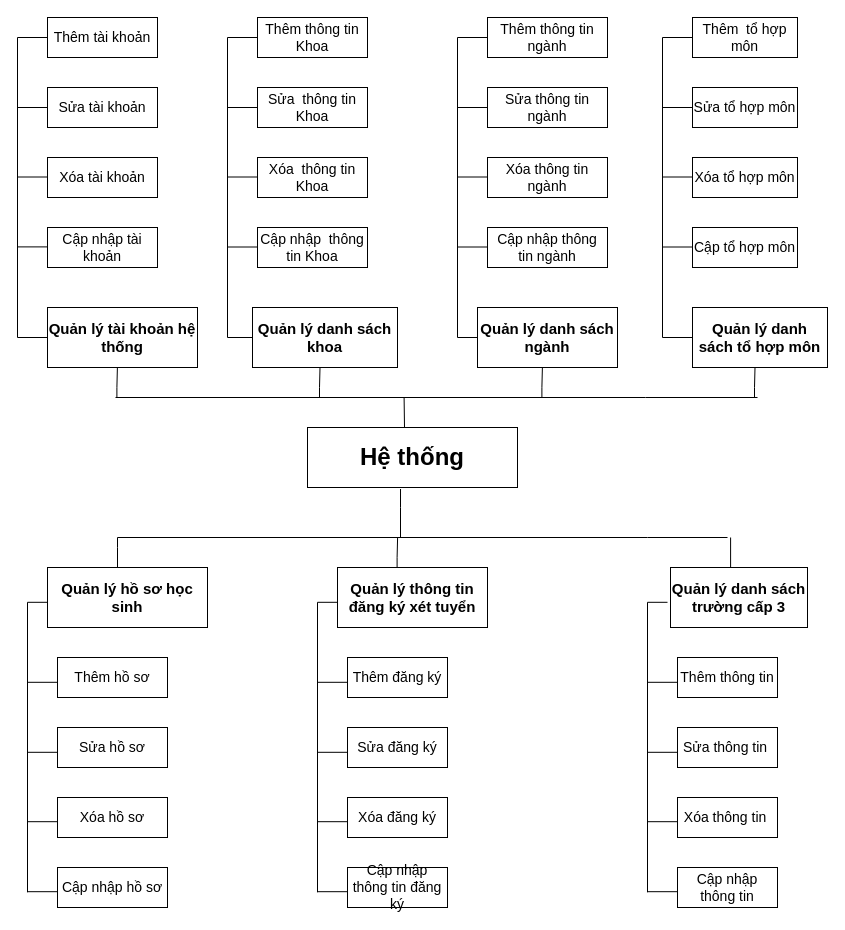
This is page "Biểu đồ phân cấp chức năng" (3 of 4) of 1. Bao Cao/DATN.drawio from truongquangkhai99/TrinhVanTu_DATN, a draw.io file, before an edit. Source tidied: cells renumbered, new cells numbered last; positions are measured from the earlier drawing's top-left corner, leaving out a move shared by most shapes. Both pictures are drawn from the tidied source at 100%, with x=0, y=0 at pixel (17, 17).
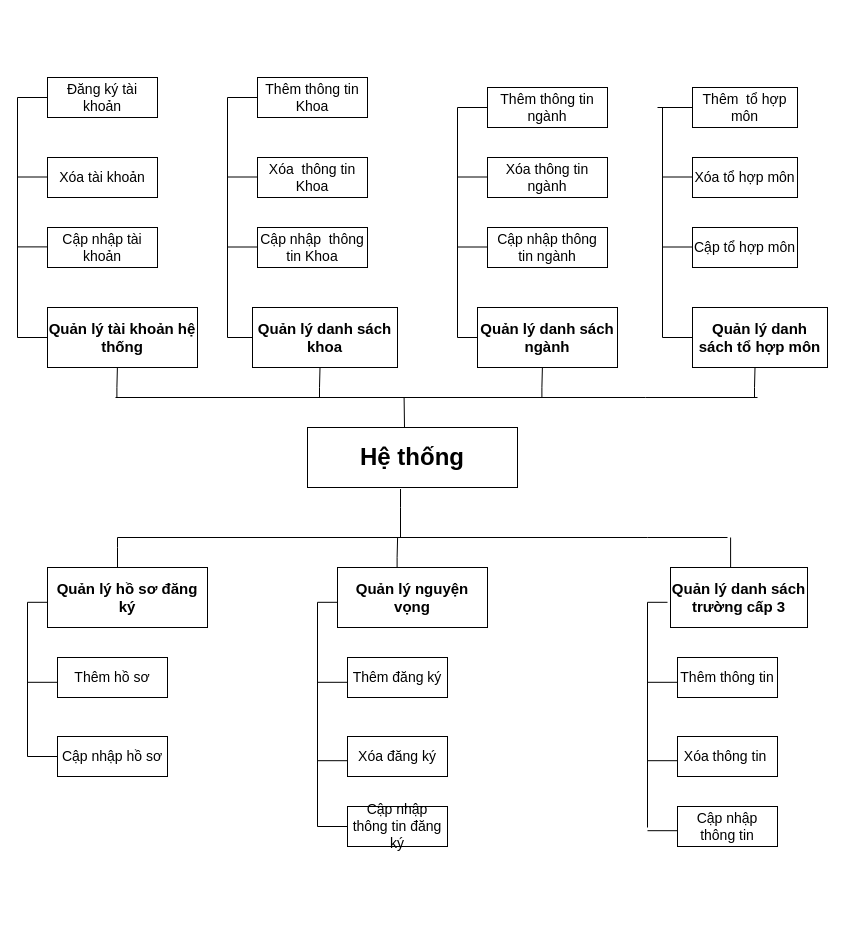
The same diagram, later.

Unchanged cells that the change refers to:
```xml
<mxCell id="3" value="Quản lý tài khoản hệ thống" style="rounded=0;whiteSpace=wrap;html=1;fontSize=15;align=center;fontStyle=1;verticalAlign=middle;strokeColor=default;strokeWidth=1;" parent="1" vertex="1">
  <mxGeometry x="30" y="290" width="150" height="60" as="geometry" />
</mxCell>
<mxCell id="4" value="Quản lý danh sách khoa" style="rounded=0;whiteSpace=wrap;html=1;fontSize=15;align=center;fontStyle=1;verticalAlign=middle;strokeColor=default;strokeWidth=1;" parent="1" vertex="1">
  <mxGeometry x="235" y="290" width="145" height="60" as="geometry" />
</mxCell>
<mxCell id="5" value="Quản lý danh sách ngành" style="rounded=0;whiteSpace=wrap;html=1;fontSize=15;align=center;fontStyle=1;verticalAlign=middle;strokeColor=default;strokeWidth=1;" parent="1" vertex="1">
  <mxGeometry x="460" y="290" width="140" height="60" as="geometry" />
</mxCell>
<mxCell id="70" value="Quản lý danh sách tổ hợp môn" style="rounded=0;whiteSpace=wrap;html=1;fontSize=15;align=center;fontStyle=1;verticalAlign=middle;strokeColor=default;strokeWidth=1;" parent="1" vertex="1">
  <mxGeometry x="675" y="290" width="135" height="60" as="geometry" />
</mxCell>
```

The edit, as a diff of the source:
```diff
@@
-    <mxCell id="6" value="Quản lý hồ sơ học sinh" style="rounded=0;whiteSpace=wrap;html=1;fontSize=15;align=center;fontStyle=1;verticalAlign=middle;strokeColor=default;strokeWidth=1;" parent="1" vertex="1">
+    <mxCell id="6" value="Quản lý hồ sơ đăng ký" style="rounded=0;whiteSpace=wrap;html=1;fontSize=15;align=center;fontStyle=1;verticalAlign=middle;strokeColor=default;strokeWidth=1;" parent="1" vertex="1">
       <mxGeometry x="30" y="550" width="160" height="60" as="geometry" />
     </mxCell>
@@
-    <mxCell id="8" value="Quản lý thông tin đăng ký xét tuyển" style="rounded=0;whiteSpace=wrap;html=1;fontSize=15;align=center;fontStyle=1;verticalAlign=middle;strokeColor=default;strokeWidth=1;" parent="1" vertex="1">
+    <mxCell id="8" value="Quản lý nguyện vọng" style="rounded=0;whiteSpace=wrap;html=1;fontSize=15;align=center;fontStyle=1;verticalAlign=middle;strokeColor=default;strokeWidth=1;" parent="1" vertex="1">
       <mxGeometry x="320" y="550" width="150" height="60" as="geometry" />
     </mxCell>
@@
-    <mxCell id="16" value="Thêm tài khoản" style="rounded=0;whiteSpace=wrap;html=1;fontSize=14;align=center;fontStyle=0;verticalAlign=middle;strokeColor=default;strokeWidth=1;" parent="1" vertex="1">
-      <mxGeometry x="30" width="110" height="40" as="geometry" />
+    <mxCell id="16" value="Đăng ký tài khoản" style="rounded=0;whiteSpace=wrap;html=1;fontSize=14;align=center;fontStyle=0;verticalAlign=middle;strokeColor=default;strokeWidth=1;" parent="1" vertex="1">
+      <mxGeometry x="30" y="60" width="110" height="40" as="geometry" />
     </mxCell>
-    <mxCell id="17" value="Sửa tài khoản" style="rounded=0;whiteSpace=wrap;html=1;fontSize=14;align=center;fontStyle=0;verticalAlign=middle;strokeColor=default;strokeWidth=1;" parent="1" vertex="1">
-      <mxGeometry x="30" y="70" width="110" height="40" as="geometry" />
-    </mxCell>
@@
     <mxCell id="20" value="Thêm thông tin Khoa" style="rounded=0;whiteSpace=wrap;html=1;fontSize=14;align=center;fontStyle=0;verticalAlign=middle;strokeColor=default;strokeWidth=1;" parent="1" vertex="1">
-      <mxGeometry x="240" width="110" height="40" as="geometry" />
+      <mxGeometry x="240" y="60" width="110" height="40" as="geometry" />
     </mxCell>
-    <mxCell id="21" value="Sửa&amp;nbsp;&amp;nbsp;thông tin Khoa" style="rounded=0;whiteSpace=wrap;html=1;fontSize=14;align=center;fontStyle=0;verticalAlign=middle;strokeColor=default;strokeWidth=1;" parent="1" vertex="1">
-      <mxGeometry x="240" y="70" width="110" height="40" as="geometry" />
-    </mxCell>
@@
     <mxCell id="24" value="Thêm thông tin ngành" style="rounded=0;whiteSpace=wrap;html=1;fontSize=14;align=center;fontStyle=0;verticalAlign=middle;strokeColor=default;strokeWidth=1;" parent="1" vertex="1">
-      <mxGeometry x="470" width="120" height="40" as="geometry" />
+      <mxGeometry x="470" y="70" width="120" height="40" as="geometry" />
     </mxCell>
-    <mxCell id="25" value="Sửa thông tin ngành" style="rounded=0;whiteSpace=wrap;html=1;fontSize=14;align=center;fontStyle=0;verticalAlign=middle;strokeColor=default;strokeWidth=1;" parent="1" vertex="1">
-      <mxGeometry x="470" y="70" width="120" height="40" as="geometry" />
-    </mxCell>
@@
-    <mxCell id="29" value="Sửa hồ sơ" style="rounded=0;whiteSpace=wrap;html=1;fontSize=14;align=center;fontStyle=0;verticalAlign=middle;strokeColor=default;strokeWidth=1;" parent="1" vertex="1">
-      <mxGeometry x="40" y="710" width="110" height="40" as="geometry" />
-    </mxCell>
     <mxCell id="30" value="Cập nhập hồ sơ" style="rounded=0;whiteSpace=wrap;html=1;fontSize=14;align=center;fontStyle=0;verticalAlign=middle;strokeColor=default;strokeWidth=1;" parent="1" vertex="1">
-      <mxGeometry x="40" y="850" width="110" height="40" as="geometry" />
+      <mxGeometry x="40" y="719" width="110" height="40" as="geometry" />
     </mxCell>
-    <mxCell id="31" value="Xóa hồ sơ" style="rounded=0;whiteSpace=wrap;html=1;fontSize=14;align=center;fontStyle=0;verticalAlign=middle;strokeColor=default;strokeWidth=1;" parent="1" vertex="1">
-      <mxGeometry x="40" y="780" width="110" height="40" as="geometry" />
-    </mxCell>
@@
-    <mxCell id="33" value="Sửa đăng ký" style="rounded=0;whiteSpace=wrap;html=1;fontSize=14;align=center;fontStyle=0;verticalAlign=middle;strokeColor=default;strokeWidth=1;" parent="1" vertex="1">
-      <mxGeometry x="330" y="710" width="100" height="40" as="geometry" />
-    </mxCell>
     <mxCell id="34" value="Cập nhập thông tin đăng ký" style="rounded=0;whiteSpace=wrap;html=1;fontSize=14;align=center;fontStyle=0;verticalAlign=middle;strokeColor=default;strokeWidth=1;" parent="1" vertex="1">
-      <mxGeometry x="330" y="850" width="100" height="40" as="geometry" />
+      <mxGeometry x="330" y="789" width="100" height="40" as="geometry" />
     </mxCell>
     <mxCell id="35" value="Xóa đăng ký" style="rounded=0;whiteSpace=wrap;html=1;fontSize=14;align=center;fontStyle=0;verticalAlign=middle;strokeColor=default;strokeWidth=1;" parent="1" vertex="1">
-      <mxGeometry x="330" y="780" width="100" height="40" as="geometry" />
+      <mxGeometry x="330" y="719" width="100" height="40" as="geometry" />
     </mxCell>
@@
-    <mxCell id="37" value="Sửa thông tin&amp;nbsp;" style="rounded=0;whiteSpace=wrap;html=1;fontSize=14;align=center;fontStyle=0;verticalAlign=middle;strokeColor=default;strokeWidth=1;" parent="1" vertex="1">
-      <mxGeometry x="660" y="710" width="100" height="40" as="geometry" />
-    </mxCell>
     <mxCell id="38" value="Cập nhập thông tin" style="rounded=0;whiteSpace=wrap;html=1;fontSize=14;align=center;fontStyle=0;verticalAlign=middle;strokeColor=default;strokeWidth=1;" parent="1" vertex="1">
-      <mxGeometry x="660" y="850" width="100" height="40" as="geometry" />
+      <mxGeometry x="660" y="789" width="100" height="40" as="geometry" />
     </mxCell>
     <mxCell id="39" value="Xóa thông tin&amp;nbsp;" style="rounded=0;whiteSpace=wrap;html=1;fontSize=14;align=center;fontStyle=0;verticalAlign=middle;strokeColor=default;strokeWidth=1;" parent="1" vertex="1">
-      <mxGeometry x="660" y="780" width="100" height="40" as="geometry" />
+      <mxGeometry x="660" y="719" width="100" height="40" as="geometry" />
     </mxCell>
     <mxCell id="40" style="endArrow=none;html=1;rounded=0;edgeStyle=orthogonalEdgeStyle;entryX=0;entryY=0.5;entryDx=0;entryDy=0;fontSize=14;align=center;fontStyle=0;verticalAlign=middle;strokeColor=default;strokeWidth=1;" parent="1" edge="1" target="3">
       <mxGeometry relative="1" as="geometry">
-        <mxPoint y="20" as="sourcePoint" />
+        <mxPoint y="80" as="sourcePoint" />
         <Array as="points">
-          <mxPoint y="20" />
           <mxPoint y="320" />
         </Array>
       </mxGeometry>
     </mxCell>
     <mxCell id="41" style="endArrow=none;html=1;rounded=0;exitX=0;exitY=0.5;exitDx=0;exitDy=0;fontSize=14;align=center;fontStyle=0;verticalAlign=middle;strokeColor=default;strokeWidth=1;" parent="1" edge="1" source="16">
       <mxGeometry relative="1" as="geometry">
-        <mxPoint y="20" as="targetPoint" />
+        <mxPoint y="80" as="targetPoint" />
       </mxGeometry>
     </mxCell>
-    <mxCell id="42" style="endArrow=none;html=1;rounded=0;entryX=0;entryY=0.5;entryDx=0;entryDy=0;fontSize=14;align=center;fontStyle=0;verticalAlign=middle;strokeColor=default;strokeWidth=1;" parent="1" edge="1" target="17">
-      <mxGeometry relative="1" as="geometry">
-        <mxPoint y="90" as="sourcePoint" />
-      </mxGeometry>
-    </mxCell>
@@
     <mxCell id="45" style="endArrow=none;html=1;rounded=0;edgeStyle=orthogonalEdgeStyle;exitX=0;exitY=0.5;exitDx=0;exitDy=0;fontSize=14;align=center;fontStyle=0;verticalAlign=middle;strokeColor=default;strokeWidth=1;" parent="1" edge="1" source="4">
       <mxGeometry relative="1" as="geometry">
-        <mxPoint x="210" y="20" as="targetPoint" />
+        <mxPoint x="210" y="80" as="targetPoint" />
         <Array as="points">
           <mxPoint x="210" y="320" />
         </Array>
       </mxGeometry>
     </mxCell>
     <mxCell id="46" style="endArrow=none;html=1;rounded=0;exitX=0;exitY=0.5;exitDx=0;exitDy=0;fontSize=14;align=center;fontStyle=0;verticalAlign=middle;strokeColor=default;strokeWidth=1;" parent="1" edge="1">
       <mxGeometry relative="1" as="geometry">
-        <mxPoint x="240" y="20" as="sourcePoint" />
-        <mxPoint x="210" y="20" as="targetPoint" />
+        <mxPoint x="240" y="80" as="sourcePoint" />
+        <mxPoint x="210" y="80" as="targetPoint" />
       </mxGeometry>
     </mxCell>
-    <mxCell id="47" style="endArrow=none;html=1;rounded=0;entryX=0;entryY=0.5;entryDx=0;entryDy=0;fontSize=14;align=center;fontStyle=0;verticalAlign=middle;strokeColor=default;strokeWidth=1;" parent="1" edge="1">
-      <mxGeometry relative="1" as="geometry">
-        <mxPoint x="210" y="90" as="sourcePoint" />
-        <mxPoint x="240" y="90" as="targetPoint" />
-      </mxGeometry>
-    </mxCell>
@@
     <mxCell id="50" style="endArrow=none;html=1;rounded=0;edgeStyle=orthogonalEdgeStyle;exitX=0;exitY=0.5;exitDx=0;exitDy=0;fontSize=14;align=center;fontStyle=0;verticalAlign=middle;strokeColor=default;strokeWidth=1;" parent="1" edge="1" source="5">
       <mxGeometry relative="1" as="geometry">
-        <mxPoint x="440" y="20" as="targetPoint" />
+        <mxPoint x="440" y="90" as="targetPoint" />
         <Array as="points">
           <mxPoint x="440" y="320" />
         </Array>
       </mxGeometry>
     </mxCell>
     <mxCell id="51" style="endArrow=none;html=1;rounded=0;exitX=0;exitY=0.5;exitDx=0;exitDy=0;fontSize=14;align=center;fontStyle=0;verticalAlign=middle;strokeColor=default;strokeWidth=1;" parent="1" edge="1">
       <mxGeometry relative="1" as="geometry">
-        <mxPoint x="470" y="20" as="sourcePoint" />
-        <mxPoint x="440" y="20" as="targetPoint" />
+        <mxPoint x="470" y="90" as="sourcePoint" />
+        <mxPoint x="440" y="90" as="targetPoint" />
       </mxGeometry>
     </mxCell>
-    <mxCell id="52" style="endArrow=none;html=1;rounded=0;entryX=0;entryY=0.5;entryDx=0;entryDy=0;fontSize=14;align=center;fontStyle=0;verticalAlign=middle;strokeColor=default;strokeWidth=1;" parent="1" edge="1">
-      <mxGeometry relative="1" as="geometry">
-        <mxPoint x="440" y="90" as="sourcePoint" />
-        <mxPoint x="470" y="90" as="targetPoint" />
-      </mxGeometry>
-    </mxCell>
@@
-    <mxCell id="55" style="endArrow=none;html=1;rounded=0;edgeStyle=orthogonalEdgeStyle;entryX=0;entryY=0.5;entryDx=0;entryDy=0;fontSize=14;align=center;fontStyle=0;verticalAlign=middle;strokeColor=default;strokeWidth=1;" parent="1" edge="1">
+    <mxCell id="55" style="endArrow=none;html=1;rounded=0;edgeStyle=orthogonalEdgeStyle;entryX=0;entryY=0.5;entryDx=0;entryDy=0;fontSize=14;align=center;fontStyle=0;verticalAlign=middle;strokeColor=default;strokeWidth=1;exitX=0;exitY=0.5;exitDx=0;exitDy=0;" parent="1" edge="1" source="30">
       <mxGeometry relative="1" as="geometry">
-        <mxPoint x="10" y="874.8" as="sourcePoint" />
         <mxPoint x="30" y="584.8" as="targetPoint" />
         <Array as="points">
-          <mxPoint x="10" y="874.8" />
-          <mxPoint x="10" y="584.8" />
+          <mxPoint x="10" y="739" />
+          <mxPoint x="10" y="585" />
         </Array>
       </mxGeometry>
     </mxCell>
@@
-    <mxCell id="57" style="endArrow=none;html=1;rounded=0;entryX=0;entryY=0.5;entryDx=0;entryDy=0;fontSize=14;align=center;fontStyle=0;verticalAlign=middle;strokeColor=default;strokeWidth=1;" parent="1" edge="1">
-      <mxGeometry relative="1" as="geometry">
-        <mxPoint x="10" y="734.8" as="sourcePoint" />
-        <mxPoint x="40" y="734.8" as="targetPoint" />
-      </mxGeometry>
-    </mxCell>
-    <mxCell id="58" style="endArrow=none;html=1;rounded=0;exitX=0;exitY=0.5;exitDx=0;exitDy=0;fontSize=14;align=center;fontStyle=0;verticalAlign=middle;strokeColor=default;strokeWidth=1;" parent="1" edge="1">
-      <mxGeometry relative="1" as="geometry">
-        <mxPoint x="40" y="804.2" as="sourcePoint" />
-        <mxPoint x="10" y="804.2" as="targetPoint" />
-      </mxGeometry>
-    </mxCell>
-    <mxCell id="59" style="endArrow=none;html=1;rounded=0;exitX=0;exitY=0.5;exitDx=0;exitDy=0;fontSize=14;align=center;fontStyle=0;verticalAlign=middle;strokeColor=default;strokeWidth=1;" parent="1" edge="1">
-      <mxGeometry relative="1" as="geometry">
-        <mxPoint x="40" y="874.2" as="sourcePoint" />
-        <mxPoint x="10" y="874.2" as="targetPoint" />
-      </mxGeometry>
-    </mxCell>
-    <mxCell id="60" style="endArrow=none;html=1;rounded=0;edgeStyle=orthogonalEdgeStyle;entryX=0;entryY=0.5;entryDx=0;entryDy=0;fontSize=14;align=center;fontStyle=0;verticalAlign=middle;strokeColor=default;strokeWidth=1;" parent="1" edge="1">
+    <mxCell id="60" style="endArrow=none;html=1;rounded=0;edgeStyle=orthogonalEdgeStyle;entryX=0;entryY=0.5;entryDx=0;entryDy=0;fontSize=14;align=center;fontStyle=0;verticalAlign=middle;strokeColor=default;strokeWidth=1;exitX=0;exitY=0.5;exitDx=0;exitDy=0;" parent="1" edge="1" source="34">
       <mxGeometry relative="1" as="geometry">
-        <mxPoint x="300" y="874.8" as="sourcePoint" />
         <mxPoint x="320" y="584.8" as="targetPoint" />
         <Array as="points">
-          <mxPoint x="300" y="874.8" />
-          <mxPoint x="300" y="584.8" />
+          <mxPoint x="300" y="809" />
+          <mxPoint x="300" y="585" />
         </Array>
       </mxGeometry>
     </mxCell>
@@
-    <mxCell id="62" style="endArrow=none;html=1;rounded=0;entryX=0;entryY=0.5;entryDx=0;entryDy=0;fontSize=14;align=center;fontStyle=0;verticalAlign=middle;strokeColor=default;strokeWidth=1;" parent="1" edge="1">
-      <mxGeometry relative="1" as="geometry">
-        <mxPoint x="300" y="734.8" as="sourcePoint" />
-        <mxPoint x="330" y="734.8" as="targetPoint" />
-      </mxGeometry>
-    </mxCell>
     <mxCell id="63" style="endArrow=none;html=1;rounded=0;exitX=0;exitY=0.5;exitDx=0;exitDy=0;fontSize=14;align=center;fontStyle=0;verticalAlign=middle;strokeColor=default;strokeWidth=1;" parent="1" edge="1">
       <mxGeometry relative="1" as="geometry">
-        <mxPoint x="330" y="804.2" as="sourcePoint" />
-        <mxPoint x="300" y="804.2" as="targetPoint" />
+        <mxPoint x="330" y="743.2" as="sourcePoint" />
+        <mxPoint x="300" y="743.2" as="targetPoint" />
       </mxGeometry>
     </mxCell>
-    <mxCell id="64" style="endArrow=none;html=1;rounded=0;exitX=0;exitY=0.5;exitDx=0;exitDy=0;fontSize=14;align=center;fontStyle=0;verticalAlign=middle;strokeColor=default;strokeWidth=1;" parent="1" edge="1">
-      <mxGeometry relative="1" as="geometry">
-        <mxPoint x="330" y="874.2" as="sourcePoint" />
-        <mxPoint x="300" y="874.2" as="targetPoint" />
-      </mxGeometry>
-    </mxCell>
     <mxCell id="65" style="endArrow=none;html=1;rounded=0;edgeStyle=orthogonalEdgeStyle;entryX=0;entryY=0.5;entryDx=0;entryDy=0;fontSize=14;align=center;fontStyle=0;verticalAlign=middle;strokeColor=default;strokeWidth=1;" parent="1" edge="1">
       <mxGeometry relative="1" as="geometry">
-        <mxPoint x="630" y="874.8" as="sourcePoint" />
+        <mxPoint x="630" y="810" as="sourcePoint" />
         <mxPoint x="650" y="584.8" as="targetPoint" />
         <Array as="points">
-          <mxPoint x="630" y="874.8" />
-          <mxPoint x="630" y="584.8" />
+          <mxPoint x="630" y="585" />
         </Array>
       </mxGeometry>
     </mxCell>
@@
-    <mxCell id="67" style="endArrow=none;html=1;rounded=0;entryX=0;entryY=0.5;entryDx=0;entryDy=0;fontSize=14;align=center;fontStyle=0;verticalAlign=middle;strokeColor=default;strokeWidth=1;" parent="1" edge="1">
-      <mxGeometry relative="1" as="geometry">
-        <mxPoint x="630" y="734.8" as="sourcePoint" />
-        <mxPoint x="660" y="734.8" as="targetPoint" />
-      </mxGeometry>
-    </mxCell>
     <mxCell id="68" style="endArrow=none;html=1;rounded=0;exitX=0;exitY=0.5;exitDx=0;exitDy=0;fontSize=14;align=center;fontStyle=0;verticalAlign=middle;strokeColor=default;strokeWidth=1;" parent="1" edge="1">
       <mxGeometry relative="1" as="geometry">
-        <mxPoint x="660" y="804.2" as="sourcePoint" />
-        <mxPoint x="630" y="804.2" as="targetPoint" />
+        <mxPoint x="660" y="743.2" as="sourcePoint" />
+        <mxPoint x="630" y="743.2" as="targetPoint" />
       </mxGeometry>
     </mxCell>
     <mxCell id="69" style="endArrow=none;html=1;rounded=0;exitX=0;exitY=0.5;exitDx=0;exitDy=0;fontSize=14;align=center;fontStyle=0;verticalAlign=middle;strokeColor=default;strokeWidth=1;" parent="1" edge="1">
       <mxGeometry relative="1" as="geometry">
-        <mxPoint x="660" y="874.2" as="sourcePoint" />
-        <mxPoint x="630" y="874.2" as="targetPoint" />
+        <mxPoint x="660" y="813.2" as="sourcePoint" />
+        <mxPoint x="630" y="813.2" as="targetPoint" />
       </mxGeometry>
     </mxCell>
@@
     <mxCell id="72" value="Thêm&amp;nbsp;&amp;nbsp;tổ hợp môn" style="rounded=0;whiteSpace=wrap;html=1;fontSize=14;align=center;fontStyle=0;verticalAlign=middle;strokeColor=default;strokeWidth=1;" parent="1" vertex="1">
-      <mxGeometry x="675" width="105" height="40" as="geometry" />
+      <mxGeometry x="675" y="70" width="105" height="40" as="geometry" />
     </mxCell>
-    <mxCell id="73" value="Sửa tổ hợp môn" style="rounded=0;whiteSpace=wrap;html=1;fontSize=14;align=center;fontStyle=0;verticalAlign=middle;strokeColor=default;strokeWidth=1;" parent="1" vertex="1">
-      <mxGeometry x="675" y="70" width="105" height="40" as="geometry" />
-    </mxCell>
@@
     <mxCell id="76" style="endArrow=none;html=1;rounded=0;edgeStyle=orthogonalEdgeStyle;entryX=0;entryY=0.5;entryDx=0;entryDy=0;fontSize=14;align=center;fontStyle=0;verticalAlign=middle;strokeColor=default;strokeWidth=1;" parent="1" edge="1" target="70">
       <mxGeometry relative="1" as="geometry">
-        <mxPoint x="645" y="20" as="sourcePoint" />
+        <mxPoint x="645" y="90" as="sourcePoint" />
         <Array as="points">
           <mxPoint x="645" y="320" />
         </Array>
       </mxGeometry>
     </mxCell>
     <mxCell id="77" style="endArrow=none;html=1;rounded=0;exitX=0;exitY=0.5;exitDx=0;exitDy=0;fontSize=14;align=center;fontStyle=0;verticalAlign=middle;strokeColor=default;strokeWidth=1;" parent="1" edge="1" source="72">
       <mxGeometry relative="1" as="geometry">
-        <mxPoint x="645" y="20" as="targetPoint" />
+        <mxPoint x="640" y="90" as="targetPoint" />
+        <Array as="points">
+          <mxPoint x="675" y="90" />
+        </Array>
       </mxGeometry>
     </mxCell>
-    <mxCell id="78" style="endArrow=none;html=1;rounded=0;entryX=0;entryY=0.5;entryDx=0;entryDy=0;fontSize=14;align=center;fontStyle=0;verticalAlign=middle;strokeColor=default;strokeWidth=1;" parent="1" edge="1" target="73">
-      <mxGeometry relative="1" as="geometry">
-        <mxPoint x="645" y="90" as="sourcePoint" />
-      </mxGeometry>
-    </mxCell>
```
